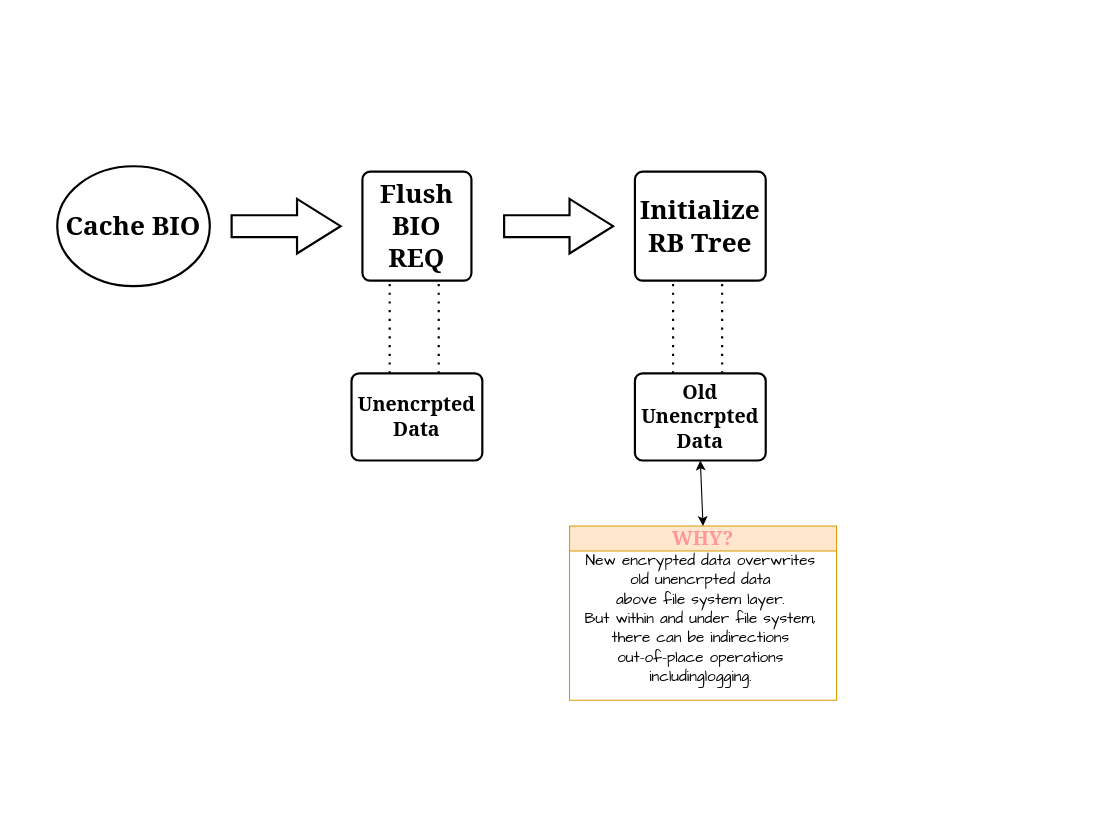
MooMooHorse/ransomware_set keeps this draw.io diagram as imgs/Untitled Diagram.drawio. Above is the earlier version. Source tidied: cells renumbered, new cells numbered last; positions are measured from the earlier drawing's top-left corner, leaving out a move shared by most shapes. Both pictures are drawn from the tidied source at 109%, with x=0, y=0 at pixel (57, 166).
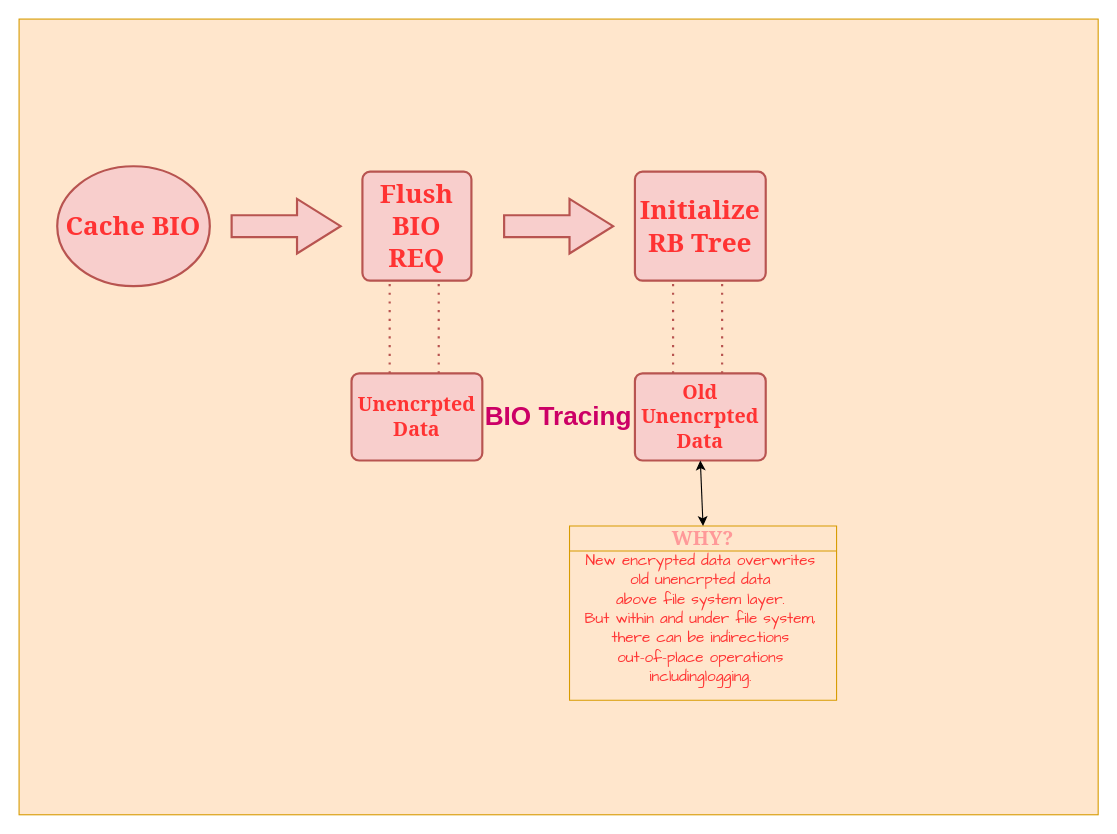
Above is the later version.

The change refers to these unchanged cells:
```xml
<mxCell id="13" value="&lt;h2&gt;&lt;font color=&quot;#ff9999&quot; face=&quot;Georgia&quot;&gt;WHY?&lt;/font&gt;&lt;/h2&gt;" style="swimlane;whiteSpace=wrap;html=1;fillColor=#ffe6cc;strokeColor=#d79b00;" parent="1" vertex="1">
  <mxGeometry x="470" y="330" width="245" height="160" as="geometry" />
</mxCell>
```

Diff of the diagram source:
```diff
@@
+    <mxCell id="16" value="&lt;h1&gt;&lt;font color=&quot;#cc0066&quot;&gt;BIO Tracing&lt;/font&gt;&lt;/h1&gt;" style="rounded=0;whiteSpace=wrap;html=1;fillColor=#ffe6cc;strokeColor=#d79b00;" parent="1" vertex="1">
+      <mxGeometry x="-35" y="-135" width="990" height="730" as="geometry" />
+    </mxCell>
-    <mxCell id="2" value="&lt;h1&gt;&lt;font face=&quot;Georgia&quot;&gt;Cache BIO&lt;/font&gt;&lt;/h1&gt;" style="strokeWidth=2;html=1;shape=mxgraph.flowchart.start_1;whiteSpace=wrap;" parent="1" vertex="1">
+    <mxCell id="2" value="&lt;h1&gt;&lt;font color=&quot;#ff3333&quot; face=&quot;Georgia&quot;&gt;Cache BIO&lt;/font&gt;&lt;/h1&gt;" style="strokeWidth=2;html=1;shape=mxgraph.flowchart.start_1;whiteSpace=wrap;fillColor=#f8cecc;strokeColor=#b85450;" parent="1" vertex="1">
       <mxGeometry width="140" height="110" as="geometry" />
     </mxCell>
-    <mxCell id="3" style="verticalLabelPosition=bottom;verticalAlign=top;html=1;strokeWidth=2;shape=mxgraph.arrows2.arrow;dy=0.6;dx=40;notch=0;" parent="1" vertex="1">
+    <mxCell id="3" style="verticalLabelPosition=bottom;verticalAlign=top;html=1;strokeWidth=2;shape=mxgraph.arrows2.arrow;dy=0.6;dx=40;notch=0;fillColor=#f8cecc;strokeColor=#b85450;" parent="1" vertex="1">
       <mxGeometry x="160" y="30" width="100" height="50" as="geometry" />
     </mxCell>
-    <mxCell id="4" value="&lt;h1&gt;&lt;font face=&quot;Georgia&quot;&gt;Flush BIO REQ&lt;/font&gt;&lt;/h1&gt;" style="rounded=1;whiteSpace=wrap;html=1;absoluteArcSize=1;arcSize=14;strokeWidth=2;" parent="1" vertex="1">
+    <mxCell id="4" value="&lt;h1&gt;&lt;font color=&quot;#ff3333&quot; face=&quot;Georgia&quot;&gt;Flush BIO REQ&lt;/font&gt;&lt;/h1&gt;" style="rounded=1;whiteSpace=wrap;html=1;absoluteArcSize=1;arcSize=14;strokeWidth=2;fillColor=#f8cecc;strokeColor=#b85450;" parent="1" vertex="1">
       <mxGeometry x="280" y="5" width="100" height="100" as="geometry" />
     </mxCell>
-    <mxCell id="5" style="endArrow=none;dashed=1;html=1;dashPattern=1 3;strokeWidth=2;rounded=0;entryX=0.25;entryY=1;entryDx=0;entryDy=0;" parent="1" edge="1" target="4">
+    <mxCell id="5" style="endArrow=none;dashed=1;html=1;dashPattern=1 3;strokeWidth=2;rounded=0;entryX=0.25;entryY=1;entryDx=0;entryDy=0;fillColor=#f8cecc;strokeColor=#b85450;" parent="1" edge="1" target="4">
       <mxGeometry relative="1" as="geometry">
         <mxPoint x="305" y="190" as="sourcePoint" />
       </mxGeometry>
     </mxCell>
-    <mxCell id="6" style="endArrow=none;dashed=1;html=1;dashPattern=1 3;strokeWidth=2;rounded=0;entryX=0.25;entryY=1;entryDx=0;entryDy=0;" parent="1" edge="1">
+    <mxCell id="6" style="endArrow=none;dashed=1;html=1;dashPattern=1 3;strokeWidth=2;rounded=0;entryX=0.25;entryY=1;entryDx=0;entryDy=0;fillColor=#f8cecc;strokeColor=#b85450;" parent="1" edge="1">
       <mxGeometry relative="1" as="geometry">
         <mxPoint x="350" y="190" as="sourcePoint" />
         <mxPoint x="350" y="105" as="targetPoint" />
       </mxGeometry>
     </mxCell>
-    <mxCell id="7" value="&lt;h2&gt;&lt;font face=&quot;Georgia&quot;&gt;Unencrpted Data&lt;/font&gt;&lt;/h2&gt;" style="rounded=1;whiteSpace=wrap;html=1;absoluteArcSize=1;arcSize=14;strokeWidth=2;" parent="1" vertex="1">
+    <mxCell id="7" value="&lt;h2&gt;&lt;font color=&quot;#ff3333&quot; face=&quot;Georgia&quot;&gt;Unencrpted Data&lt;/font&gt;&lt;/h2&gt;" style="rounded=1;whiteSpace=wrap;html=1;absoluteArcSize=1;arcSize=14;strokeWidth=2;fillColor=#f8cecc;strokeColor=#b85450;" parent="1" vertex="1">
       <mxGeometry x="270" y="190" width="120" height="80" as="geometry" />
     </mxCell>
-    <mxCell id="8" style="verticalLabelPosition=bottom;verticalAlign=top;html=1;strokeWidth=2;shape=mxgraph.arrows2.arrow;dy=0.6;dx=40;notch=0;" parent="1" vertex="1">
+    <mxCell id="8" style="verticalLabelPosition=bottom;verticalAlign=top;html=1;strokeWidth=2;shape=mxgraph.arrows2.arrow;dy=0.6;dx=40;notch=0;fillColor=#f8cecc;strokeColor=#b85450;" parent="1" vertex="1">
       <mxGeometry x="410" y="30" width="100" height="50" as="geometry" />
     </mxCell>
-    <mxCell id="9" value="&lt;h1&gt;&lt;font face=&quot;Georgia&quot;&gt;Initialize RB Tree&lt;/font&gt;&lt;/h1&gt;" style="rounded=1;whiteSpace=wrap;html=1;absoluteArcSize=1;arcSize=14;strokeWidth=2;" parent="1" vertex="1">
+    <mxCell id="9" value="&lt;h1&gt;&lt;font color=&quot;#ff3333&quot; face=&quot;Georgia&quot;&gt;Initialize RB Tree&lt;/font&gt;&lt;/h1&gt;" style="rounded=1;whiteSpace=wrap;html=1;absoluteArcSize=1;arcSize=14;strokeWidth=2;fillColor=#f8cecc;strokeColor=#b85450;" parent="1" vertex="1">
       <mxGeometry x="530" y="5" width="120" height="100" as="geometry" />
     </mxCell>
-    <mxCell id="10" style="endArrow=none;dashed=1;html=1;dashPattern=1 3;strokeWidth=2;rounded=0;entryX=0.25;entryY=1;entryDx=0;entryDy=0;" parent="1" edge="1">
+    <mxCell id="10" style="endArrow=none;dashed=1;html=1;dashPattern=1 3;strokeWidth=2;rounded=0;entryX=0.25;entryY=1;entryDx=0;entryDy=0;fillColor=#f8cecc;strokeColor=#b85450;" parent="1" edge="1">
       <mxGeometry relative="1" as="geometry">
         <mxPoint x="565" y="190" as="sourcePoint" />
         <mxPoint x="565" y="105" as="targetPoint" />
       </mxGeometry>
     </mxCell>
-    <mxCell id="11" style="endArrow=none;dashed=1;html=1;dashPattern=1 3;strokeWidth=2;rounded=0;entryX=0.25;entryY=1;entryDx=0;entryDy=0;" parent="1" edge="1">
+    <mxCell id="11" style="endArrow=none;dashed=1;html=1;dashPattern=1 3;strokeWidth=2;rounded=0;entryX=0.25;entryY=1;entryDx=0;entryDy=0;fillColor=#f8cecc;strokeColor=#b85450;" parent="1" edge="1">
       <mxGeometry relative="1" as="geometry">
         <mxPoint x="610" y="190" as="sourcePoint" />
         <mxPoint x="610" y="105" as="targetPoint" />
       </mxGeometry>
     </mxCell>
-    <mxCell id="12" value="&lt;h2&gt;&lt;font face=&quot;Georgia&quot;&gt;Old Unencrpted Data&lt;/font&gt;&lt;/h2&gt;" style="rounded=1;whiteSpace=wrap;html=1;absoluteArcSize=1;arcSize=14;strokeWidth=2;" parent="1" vertex="1">
+    <mxCell id="12" value="&lt;h2&gt;&lt;font color=&quot;#ff3333&quot; face=&quot;Georgia&quot;&gt;Old Unencrpted Data&lt;/font&gt;&lt;/h2&gt;" style="rounded=1;whiteSpace=wrap;html=1;absoluteArcSize=1;arcSize=14;strokeWidth=2;fillColor=#f8cecc;strokeColor=#b85450;" parent="1" vertex="1">
       <mxGeometry x="530" y="190" width="120" height="80" as="geometry" />
     </mxCell>
@@
-    <mxCell id="14" value="&lt;font style=&quot;font-size: 14px;&quot;&gt;&lt;font face=&quot;Comic Sans MS&quot;&gt;New encrypted data overwrites &lt;br&gt;old unencrpted data &lt;br&gt;above file system layer.&lt;br&gt;But within and under file system, &lt;br&gt;there can be indirections &lt;br&gt;out-of-place operations &lt;br&gt;includinglogging.&lt;/font&gt;&lt;br&gt;&lt;/font&gt;" style="text;html=1;align=center;verticalAlign=middle;strokeColor=none;fillColor=none;" parent="13" vertex="1">
+    <mxCell id="14" value="&lt;font style=&quot;font-size: 14px;&quot;&gt;&lt;font color=&quot;#ff3333&quot; face=&quot;Comic Sans MS&quot;&gt;New encrypted data overwrites &lt;br&gt;old unencrpted data &lt;br&gt;above file system layer.&lt;br&gt;But within and under file system, &lt;br&gt;there can be indirections &lt;br&gt;out-of-place operations &lt;br&gt;includinglogging.&lt;/font&gt;&lt;br&gt;&lt;/font&gt;" style="text;html=1;align=center;verticalAlign=middle;strokeColor=none;fillColor=none;" parent="13" vertex="1">
       <mxGeometry y="20" width="240" height="130" as="geometry" />
     </mxCell>
```
